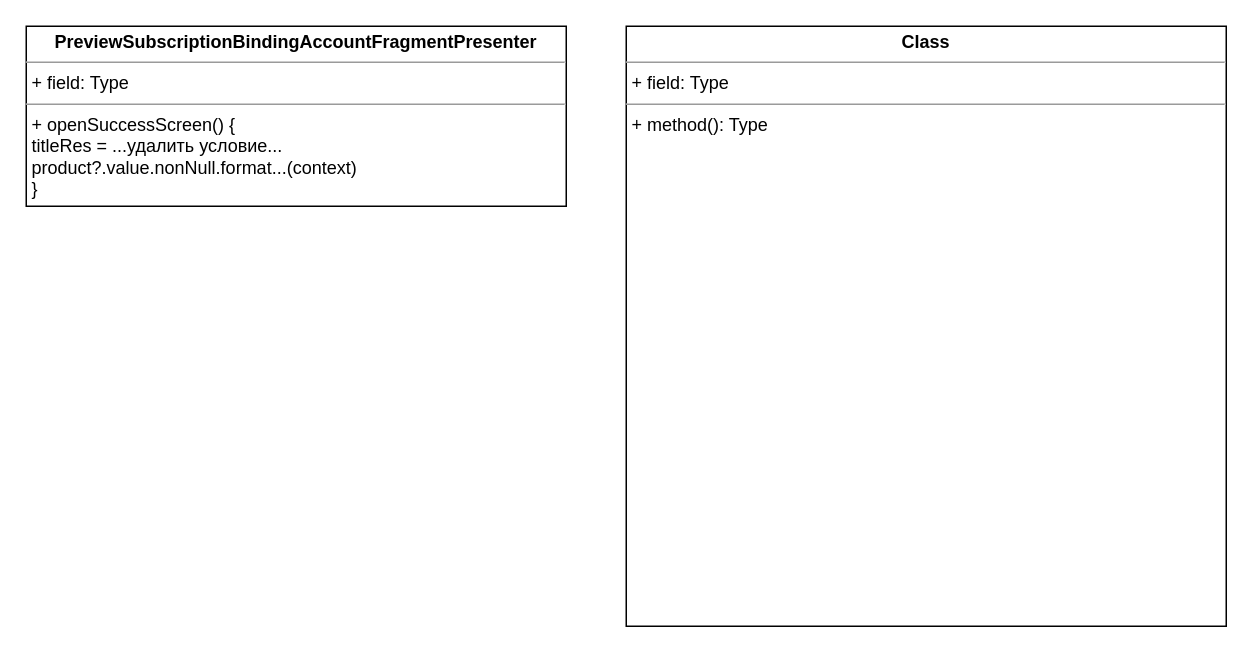
The draw.io diagram UNI-17136.drawio in ShiryaevNikolay/diagrams, before the edit. Source tidied: cells renumbered, new cells numbered last; positions are measured from the earlier drawing's top-left corner, leaving out a move shared by most shapes. Both pictures are drawn from the tidied source at 150%, with x=0, y=0 at pixel (26, 26).
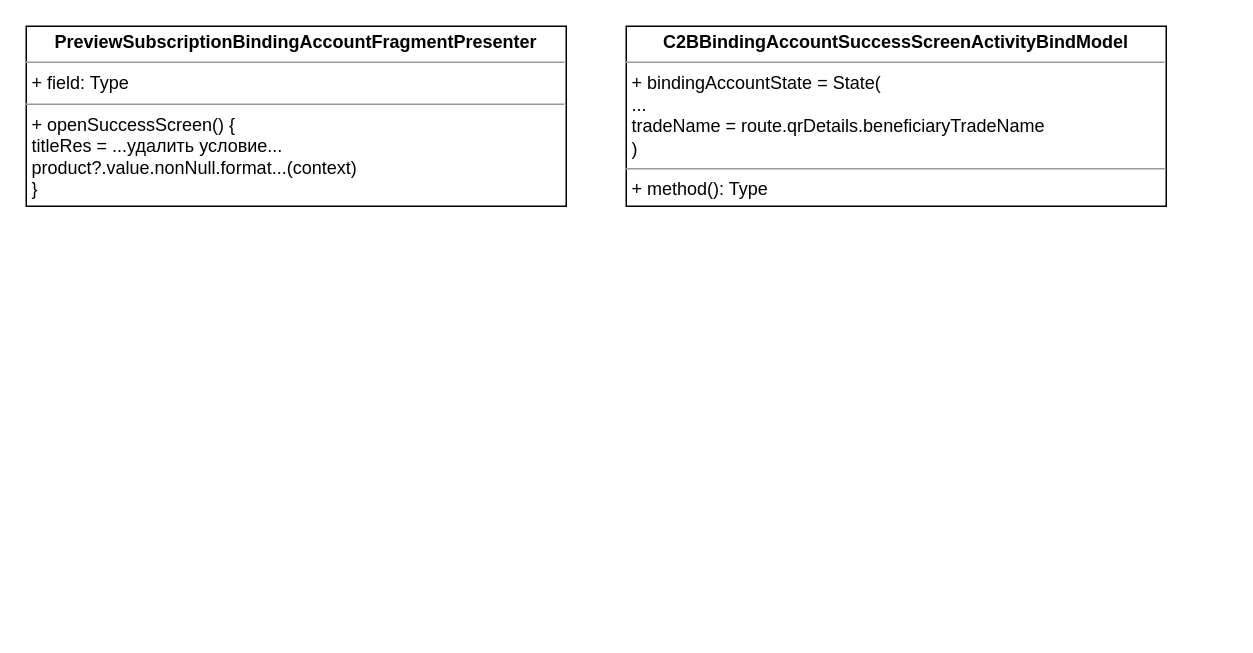
After the change.

What changed in the source:
```diff
@@
 <mxGraphModel>
   <root>
     <mxCell id="0" />
     <mxCell id="1" parent="0" />
     <mxCell id="2" value="&lt;p style=&quot;margin:0px;margin-top:4px;text-align:center;&quot;&gt;&lt;b&gt;PreviewSubscriptionBindingAccountFragmentPresenter&lt;/b&gt;&lt;/p&gt;&lt;hr size=&quot;1&quot;&gt;&lt;p style=&quot;margin:0px;margin-left:4px;&quot;&gt;+ field: Type&lt;/p&gt;&lt;hr size=&quot;1&quot;&gt;&lt;p style=&quot;margin:0px;margin-left:4px;&quot;&gt;+ openSuccessScreen() {&lt;/p&gt;&lt;p style=&quot;margin:0px;margin-left:4px;&quot;&gt;titleRes = ...удалить условие...&lt;/p&gt;&lt;p style=&quot;margin:0px;margin-left:4px;&quot;&gt;product?.value.nonNull.format...(context)&lt;br&gt;&lt;/p&gt;&lt;p style=&quot;margin:0px;margin-left:4px;&quot;&gt;}&lt;br&gt;&lt;/p&gt;" style="verticalAlign=top;align=left;overflow=fill;fontSize=12;fontFamily=Helvetica;html=1;" parent="1" vertex="1">
       <mxGeometry width="360" height="120" as="geometry" />
     </mxCell>
-    <mxCell id="3" value="&lt;p style=&quot;margin:0px;margin-top:4px;text-align:center;&quot;&gt;&lt;b&gt;Class&lt;/b&gt;&lt;/p&gt;&lt;hr size=&quot;1&quot;/&gt;&lt;p style=&quot;margin:0px;margin-left:4px;&quot;&gt;+ field: Type&lt;/p&gt;&lt;hr size=&quot;1&quot;/&gt;&lt;p style=&quot;margin:0px;margin-left:4px;&quot;&gt;+ method(): Type&lt;/p&gt;" style="verticalAlign=top;align=left;overflow=fill;fontSize=12;fontFamily=Helvetica;html=1;" parent="1" vertex="1">
-      <mxGeometry x="400" width="400" height="400" as="geometry" />
+    <mxCell id="3" value="&lt;p style=&quot;margin:0px;margin-top:4px;text-align:center;&quot;&gt;&lt;b&gt;C2BBindingAccountSuccessScreenActivityBindModel&lt;/b&gt;&lt;/p&gt;&lt;hr size=&quot;1&quot;&gt;&lt;p style=&quot;margin:0px;margin-left:4px;&quot;&gt;+ bindingAccountState = State(&lt;/p&gt;&lt;p style=&quot;margin:0px;margin-left:4px;&quot;&gt;...&lt;/p&gt;&lt;p style=&quot;margin:0px;margin-left:4px;&quot;&gt;tradeName = route.qrDetails.beneficiaryTradeName&lt;br&gt;&lt;/p&gt;&lt;p style=&quot;margin:0px;margin-left:4px;&quot;&gt;)&lt;br&gt;&lt;/p&gt;&lt;hr size=&quot;1&quot;&gt;&lt;p style=&quot;margin:0px;margin-left:4px;&quot;&gt;+ method(): Type&lt;/p&gt;" style="verticalAlign=top;align=left;overflow=fill;fontSize=12;fontFamily=Helvetica;html=1;" parent="1" vertex="1">
+      <mxGeometry x="400" width="360" height="120" as="geometry" />
     </mxCell>
   </root>
 </mxGraphModel>
```
